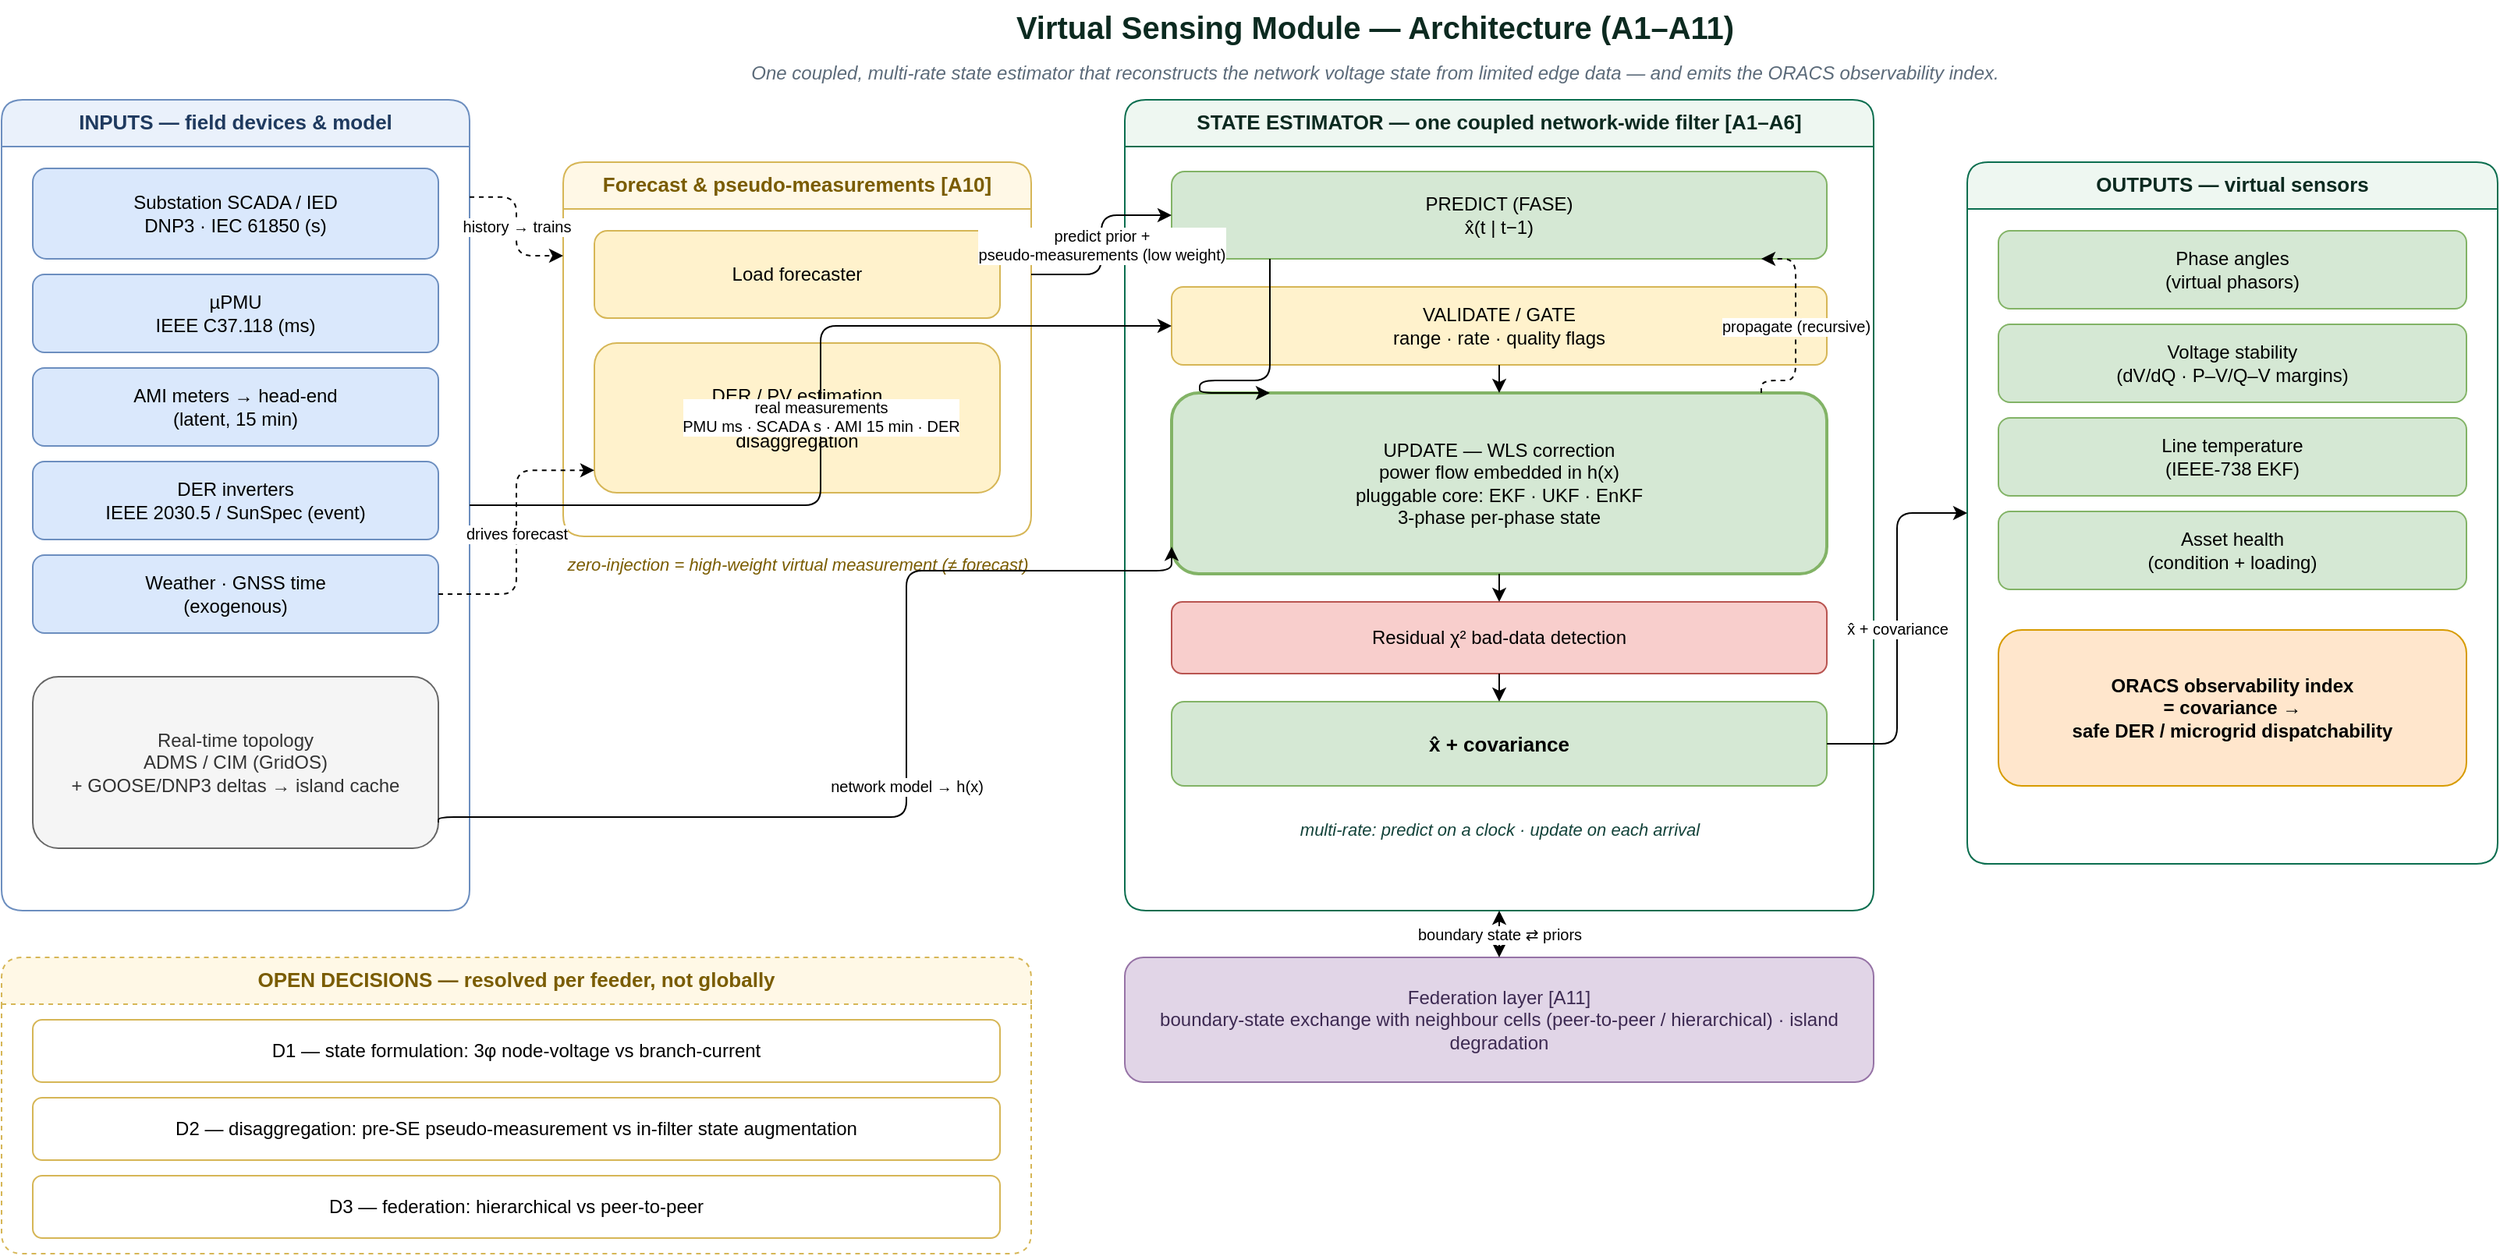
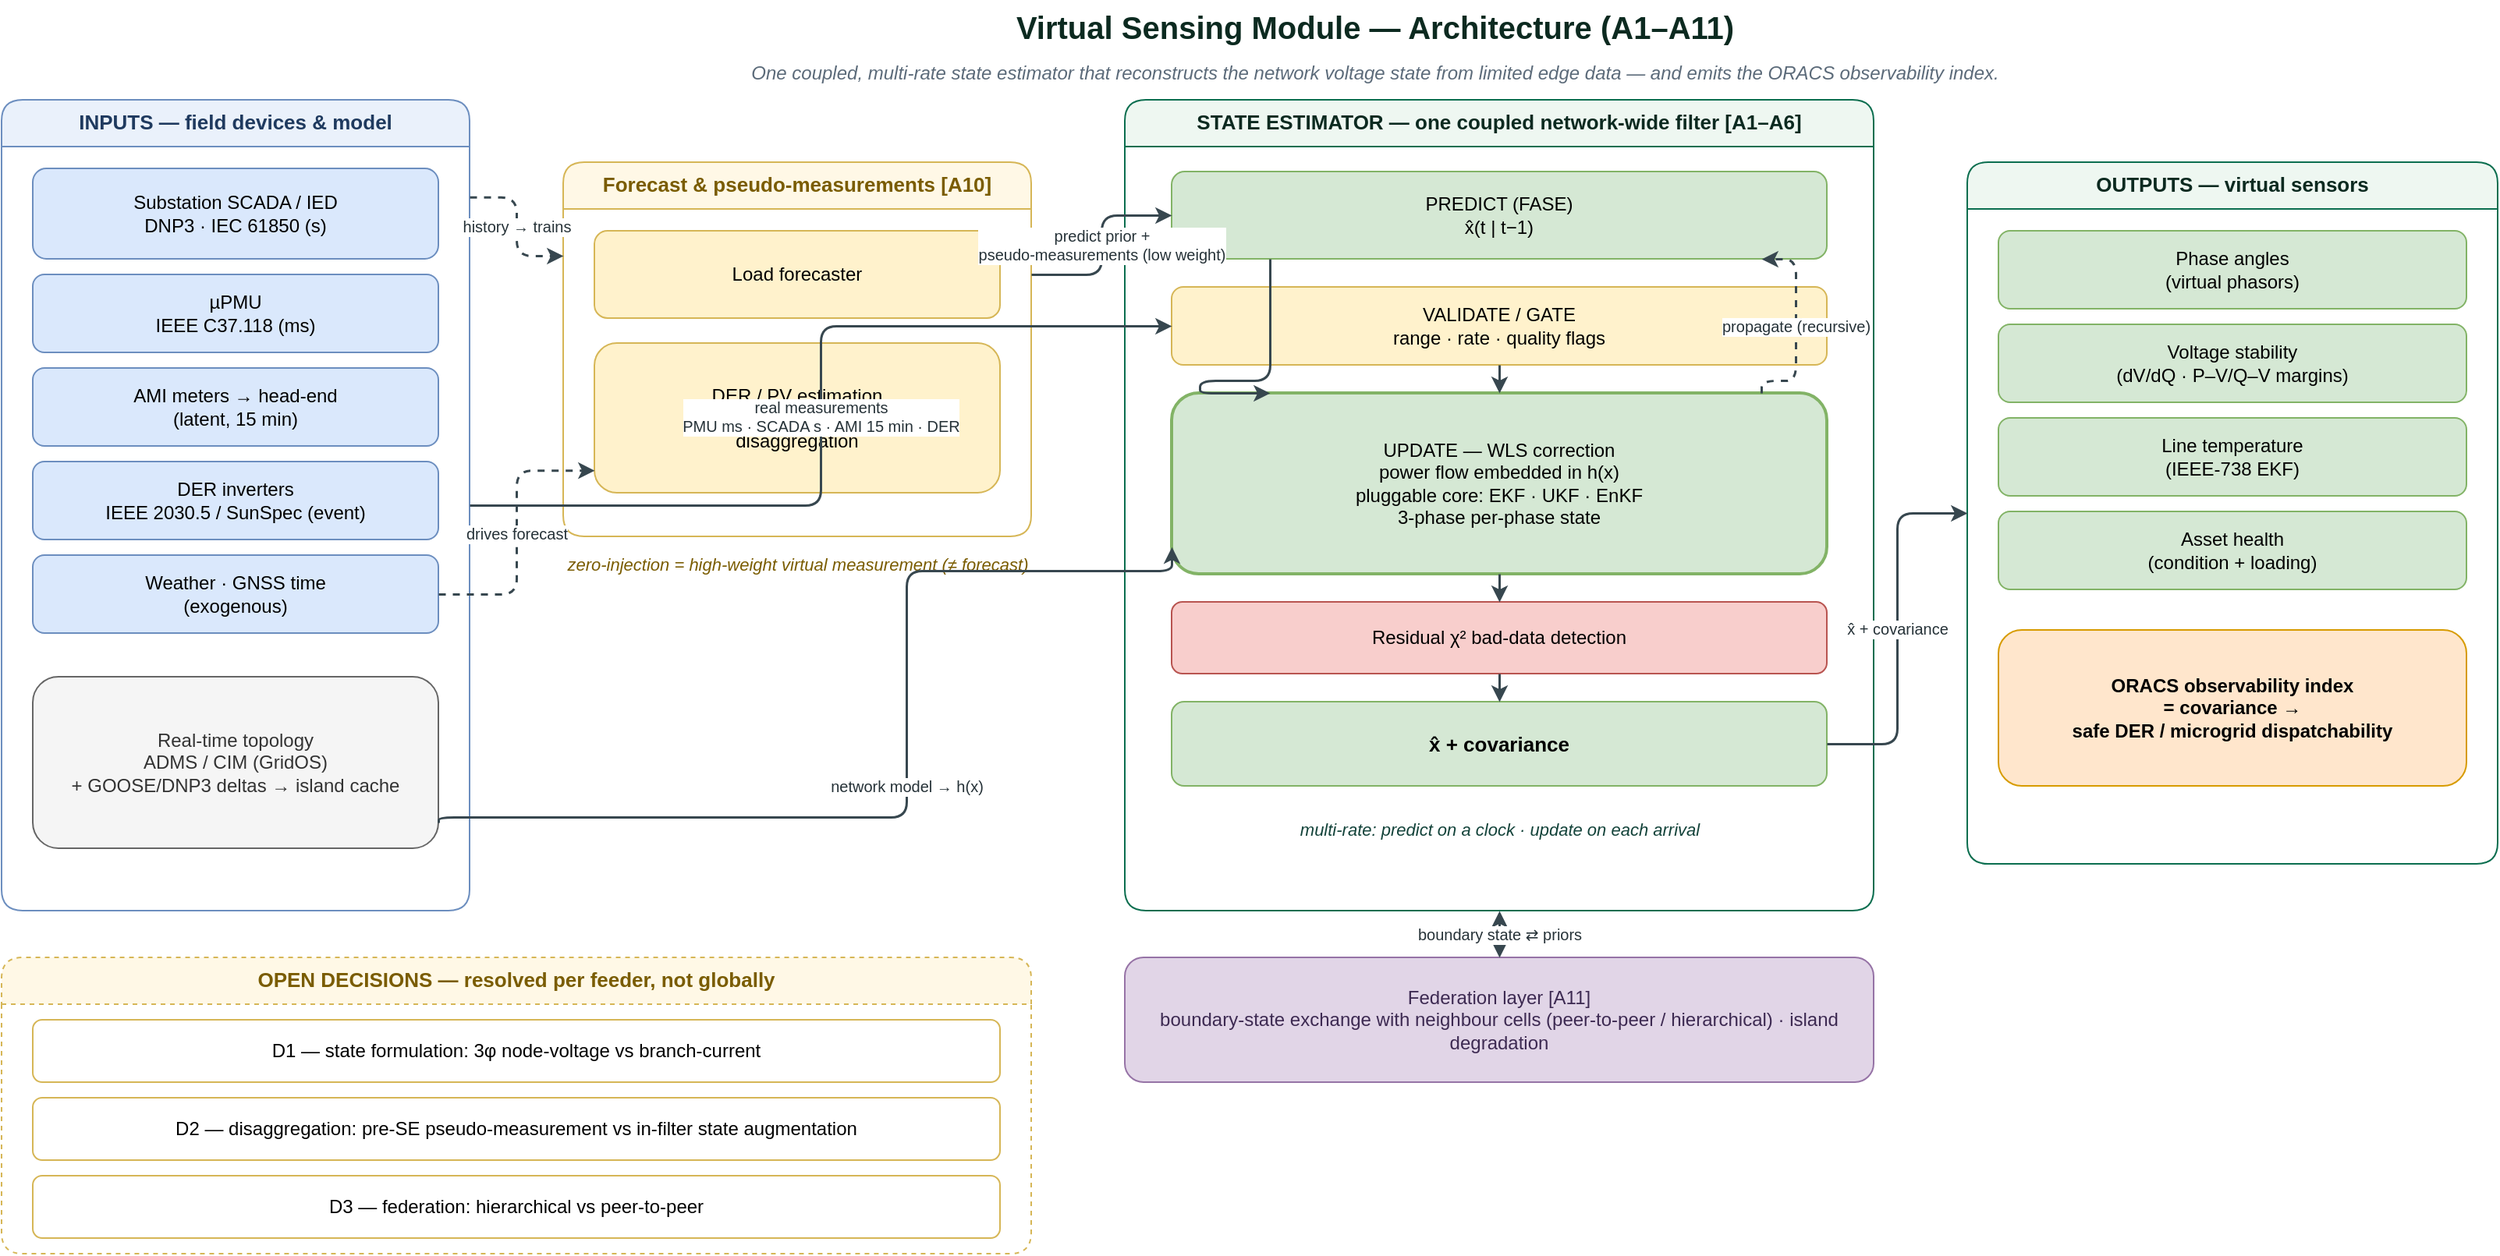
<?xml version="1.0" encoding="UTF-8"?>
<mxfile host="drawio" version="30.0.4">
  <diagram name="Virtual-Sensing-Module">
    <mxGraphModel dx="1400" dy="900" grid="1" gridSize="10" guides="1" tooltips="1" connect="1" arrows="1" fold="1" page="1" pageScale="1" pageWidth="1700" pageHeight="850" math="0" shadow="0">
      <root>
        <mxCell id="0" />
        <mxCell id="1" parent="0" />

        <mxCell id="title" value="Virtual Sensing Module — Architecture  (A1–A11)" style="text;html=1;align=center;verticalAlign=middle;fontSize=20;fontStyle=1;fontColor=#0c2a20;" vertex="1" parent="1">
          <mxGeometry x="600" y="16" width="640" height="34" as="geometry" />
        </mxCell>
        <mxCell id="subtitle" value="One coupled, multi-rate state estimator that reconstructs the network voltage state from limited edge data — and emits the ORACS observability index." style="text;html=1;align=center;verticalAlign=middle;fontSize=12;fontStyle=2;fontColor=#5c6b7a;" vertex="1" parent="1">
          <mxGeometry x="430" y="52" width="980" height="22" as="geometry" />
        </mxCell>

        <mxCell id="ga" value="INPUTS — field devices &amp; model" style="swimlane;startSize=30;html=1;whiteSpace=wrap;rounded=1;fillColor=#eaf1fb;strokeColor=#6c8ebf;fontStyle=1;fontSize=13;verticalAlign=top;fontColor=#1f3a5f;" vertex="1" parent="1">
          <mxGeometry x="40" y="80" width="300" height="520" as="geometry" />
        </mxCell>
        <mxCell id="a1" value="Substation SCADA / IED&#xa;DNP3 · IEC 61850  (s)" style="rounded=1;whiteSpace=wrap;html=1;fillColor=#dae8fc;strokeColor=#6c8ebf;fontSize=12;" vertex="1" parent="ga">
          <mxGeometry x="20" y="44" width="260" height="58" as="geometry" />
        </mxCell>
        <mxCell id="a2" value="µPMU&#xa;IEEE C37.118  (ms)" style="rounded=1;whiteSpace=wrap;html=1;fillColor=#dae8fc;strokeColor=#6c8ebf;fontSize=12;" vertex="1" parent="ga">
          <mxGeometry x="20" y="112" width="260" height="50" as="geometry" />
        </mxCell>
        <mxCell id="a3" value="AMI meters → head-end&#xa;(latent, 15 min)" style="rounded=1;whiteSpace=wrap;html=1;fillColor=#dae8fc;strokeColor=#6c8ebf;fontSize=12;" vertex="1" parent="ga">
          <mxGeometry x="20" y="172" width="260" height="50" as="geometry" />
        </mxCell>
        <mxCell id="a4" value="DER inverters&#xa;IEEE 2030.5 / SunSpec  (event)" style="rounded=1;whiteSpace=wrap;html=1;fillColor=#dae8fc;strokeColor=#6c8ebf;fontSize=12;" vertex="1" parent="ga">
          <mxGeometry x="20" y="232" width="260" height="50" as="geometry" />
        </mxCell>
        <mxCell id="a5" value="Weather · GNSS time&#xa;(exogenous)" style="rounded=1;whiteSpace=wrap;html=1;fillColor=#dae8fc;strokeColor=#6c8ebf;fontSize=12;" vertex="1" parent="ga">
          <mxGeometry x="20" y="292" width="260" height="50" as="geometry" />
        </mxCell>
        <mxCell id="a6" value="Real-time topology&#xa;ADMS / CIM (GridOS)&#xa;+ GOOSE/DNP3 deltas → island cache" style="rounded=1;whiteSpace=wrap;html=1;fillColor=#f5f5f5;strokeColor=#666666;fontColor=#333333;fontSize=12;" vertex="1" parent="ga">
          <mxGeometry x="20" y="370" width="260" height="110" as="geometry" />
        </mxCell>

        <mxCell id="gb" value="Forecast &amp; pseudo-measurements  [A10]" style="swimlane;startSize=30;html=1;whiteSpace=wrap;rounded=1;fillColor=#fff8e6;strokeColor=#d6b656;fontStyle=1;fontSize=13;verticalAlign=top;fontColor=#7a5c00;" vertex="1" parent="1">
          <mxGeometry x="400" y="120" width="300" height="240" as="geometry" />
        </mxCell>
        <mxCell id="b1" value="Load forecaster" style="rounded=1;whiteSpace=wrap;html=1;fillColor=#fff2cc;strokeColor=#d6b656;fontSize=12;" vertex="1" parent="gb">
          <mxGeometry x="20" y="44" width="260" height="56" as="geometry" />
        </mxCell>
        <mxCell id="b2" value="DER / PV estimation&#xa;forecast  +  behind-meter&#xa;disaggregation" style="rounded=1;whiteSpace=wrap;html=1;fillColor=#fff2cc;strokeColor=#d6b656;fontSize=12;" vertex="1" parent="gb">
          <mxGeometry x="20" y="116" width="260" height="96" as="geometry" />
        </mxCell>

        <mxCell id="tn1" value="zero-injection = high-weight virtual measurement  (≠ forecast)" style="text;html=1;align=center;verticalAlign=middle;fontSize=11;fontStyle=2;fontColor=#7a5c00;" vertex="1" parent="1">
          <mxGeometry x="400" y="366" width="300" height="24" as="geometry" />
        </mxCell>

        <mxCell id="gc" value="STATE ESTIMATOR — one coupled network-wide filter  [A1–A6]" style="swimlane;startSize=30;html=1;whiteSpace=wrap;rounded=1;fillColor=#eef7f1;strokeColor=#0b6e4f;fontStyle=1;fontSize=13;verticalAlign=top;fontColor=#0c2a20;" vertex="1" parent="1">
          <mxGeometry x="760" y="80" width="480" height="520" as="geometry" />
        </mxCell>
        <mxCell id="c1" value="PREDICT  (FASE)&#xa;x̂(t | t−1)" style="rounded=1;whiteSpace=wrap;html=1;fillColor=#d5e8d4;strokeColor=#82b366;fontSize=12;" vertex="1" parent="gc">
          <mxGeometry x="30" y="46" width="420" height="56" as="geometry" />
        </mxCell>
        <mxCell id="c2" value="VALIDATE / GATE&#xa;range · rate · quality flags" style="rounded=1;whiteSpace=wrap;html=1;fillColor=#fff2cc;strokeColor=#d6b656;fontSize=12;" vertex="1" parent="gc">
          <mxGeometry x="30" y="120" width="420" height="50" as="geometry" />
        </mxCell>
        <mxCell id="c3" value="UPDATE — WLS correction&#xa;power flow embedded in h(x)&#xa;pluggable core:  EKF · UKF · EnKF&#xa;3-phase per-phase state" style="rounded=1;whiteSpace=wrap;html=1;fillColor=#d5e8d4;strokeColor=#82b366;strokeWidth=2;fontSize=12;" vertex="1" parent="gc">
          <mxGeometry x="30" y="188" width="420" height="116" as="geometry" />
        </mxCell>
        <mxCell id="c4" value="Residual χ² bad-data detection" style="rounded=1;whiteSpace=wrap;html=1;fillColor=#f8cecc;strokeColor=#b85450;fontSize=12;" vertex="1" parent="gc">
          <mxGeometry x="30" y="322" width="420" height="46" as="geometry" />
        </mxCell>
        <mxCell id="c5" value="x̂   +   covariance" style="rounded=1;whiteSpace=wrap;html=1;fillColor=#d5e8d4;strokeColor=#82b366;fontStyle=1;fontSize=13;" vertex="1" parent="gc">
          <mxGeometry x="30" y="386" width="420" height="54" as="geometry" />
        </mxCell>
        <mxCell id="c6" value="multi-rate: predict on a clock · update on each arrival" style="text;html=1;align=center;verticalAlign=middle;fontSize=11;fontStyle=2;fontColor=#13433a;" vertex="1" parent="gc">
          <mxGeometry x="30" y="456" width="420" height="24" as="geometry" />
        </mxCell>

        <mxCell id="ge" value="OUTPUTS — virtual sensors" style="swimlane;startSize=30;html=1;whiteSpace=wrap;rounded=1;fillColor=#eef7f1;strokeColor=#0b6e4f;fontStyle=1;fontSize=13;verticalAlign=top;fontColor=#0c2a20;" vertex="1" parent="1">
          <mxGeometry x="1300" y="120" width="340" height="450" as="geometry" />
        </mxCell>
        <mxCell id="e1" value="Phase angles&#xa;(virtual phasors)" style="rounded=1;whiteSpace=wrap;html=1;fillColor=#d5e8d4;strokeColor=#82b366;fontSize=12;" vertex="1" parent="ge">
          <mxGeometry x="20" y="44" width="300" height="50" as="geometry" />
        </mxCell>
        <mxCell id="e2" value="Voltage stability&#xa;(dV/dQ · P–V/Q–V margins)" style="rounded=1;whiteSpace=wrap;html=1;fillColor=#d5e8d4;strokeColor=#82b366;fontSize=12;" vertex="1" parent="ge">
          <mxGeometry x="20" y="104" width="300" height="50" as="geometry" />
        </mxCell>
        <mxCell id="e3" value="Line temperature&#xa;(IEEE-738 EKF)" style="rounded=1;whiteSpace=wrap;html=1;fillColor=#d5e8d4;strokeColor=#82b366;fontSize=12;" vertex="1" parent="ge">
          <mxGeometry x="20" y="164" width="300" height="50" as="geometry" />
        </mxCell>
        <mxCell id="e4" value="Asset health&#xa;(condition + loading)" style="rounded=1;whiteSpace=wrap;html=1;fillColor=#d5e8d4;strokeColor=#82b366;fontSize=12;" vertex="1" parent="ge">
          <mxGeometry x="20" y="224" width="300" height="50" as="geometry" />
        </mxCell>
        <mxCell id="e5" value="ORACS observability index&#xa;= covariance  →&#xa;safe DER / microgrid dispatchability" style="rounded=1;whiteSpace=wrap;html=1;fillColor=#ffe6cc;strokeColor=#d79b00;fontStyle=1;fontSize=12;" vertex="1" parent="ge">
          <mxGeometry x="20" y="300" width="300" height="100" as="geometry" />
        </mxCell>

        <mxCell id="gf" value="Federation layer  [A11]&#xa;boundary-state exchange with neighbour cells (peer-to-peer / hierarchical) · island degradation" style="rounded=1;whiteSpace=wrap;html=1;fillColor=#e1d5e7;strokeColor=#9673a6;fontSize=12;fontColor=#3d2a52;" vertex="1" parent="1">
          <mxGeometry x="760" y="630" width="480" height="80" as="geometry" />
        </mxCell>

        <mxCell id="gg" value="OPEN DECISIONS — resolved per feeder, not globally" style="swimlane;startSize=30;html=1;whiteSpace=wrap;rounded=1;dashed=1;fillColor=#fff8e6;strokeColor=#d6b656;fontStyle=1;fontSize=13;verticalAlign=top;fontColor=#7a5c00;" vertex="1" parent="1">
          <mxGeometry x="40" y="630" width="660" height="190" as="geometry" />
        </mxCell>
        <mxCell id="g1" value="D1 — state formulation:   3φ node-voltage   vs   branch-current" style="rounded=1;whiteSpace=wrap;html=1;fillColor=#ffffff;strokeColor=#d6b656;fontSize=12;" vertex="1" parent="gg">
          <mxGeometry x="20" y="40" width="620" height="40" as="geometry" />
        </mxCell>
        <mxCell id="g2" value="D2 — disaggregation:   pre-SE pseudo-measurement   vs   in-filter state augmentation" style="rounded=1;whiteSpace=wrap;html=1;fillColor=#ffffff;strokeColor=#d6b656;fontSize=12;" vertex="1" parent="gg">
          <mxGeometry x="20" y="90" width="620" height="40" as="geometry" />
        </mxCell>
        <mxCell id="g3" value="D3 — federation:   hierarchical   vs   peer-to-peer" style="rounded=1;whiteSpace=wrap;html=1;fillColor=#ffffff;strokeColor=#d6b656;fontSize=12;" vertex="1" parent="gg">
          <mxGeometry x="20" y="140" width="620" height="40" as="geometry" />
        </mxCell>

-         <mxCell id="ed1" value="real measurements&#xa;PMU ms · SCADA s · AMI 15 min · DER" style="edgeStyle=orthogonalEdgeStyle;rounded=1;orthogonalLoop=1;jettySize=auto;html=1;fontSize=10;exitX=1;exitY=0.5;exitDx=0;exitDy=0;entryX=0;entryY=0.5;entryDx=0;entryDy=0;" edge="1" parent="1" source="ga" target="c2">
+         <mxCell id="ed1" value="real measurements&#xa;PMU ms · SCADA s · AMI 15 min · DER" style="edgeStyle=orthogonalEdgeStyle;rounded=1;orthogonalLoop=1;jettySize=auto;html=1;strokeColor=#37474f;fontColor=#263238;labelBackgroundColor=#ffffff;strokeWidth=1.5;fontSize=10;exitX=1;exitY=0.5;exitDx=0;exitDy=0;entryX=0;entryY=0.5;entryDx=0;entryDy=0;" edge="1" parent="1" source="ga" target="c2">
          <mxGeometry relative="1" as="geometry" />
        </mxCell>
-         <mxCell id="ed2" value="network model → h(x)" style="edgeStyle=orthogonalEdgeStyle;rounded=1;orthogonalLoop=1;jettySize=auto;html=1;fontSize=10;exitX=1;exitY=0.85;exitDx=0;exitDy=0;entryX=0;entryY=0.85;entryDx=0;entryDy=0;" edge="1" parent="1" source="a6" target="c3">
+         <mxCell id="ed2" value="network model → h(x)" style="edgeStyle=orthogonalEdgeStyle;rounded=1;orthogonalLoop=1;jettySize=auto;html=1;strokeColor=#37474f;fontColor=#263238;labelBackgroundColor=#ffffff;strokeWidth=1.5;fontSize=10;exitX=1;exitY=0.85;exitDx=0;exitDy=0;entryX=0;entryY=0.85;entryDx=0;entryDy=0;" edge="1" parent="1" source="a6" target="c3">
          <mxGeometry relative="1" as="geometry">
            <Array as="points">
              <mxPoint x="620" y="540" />
              <mxPoint x="620" y="382" />
            </Array>
          </mxGeometry>
        </mxCell>
-         <mxCell id="ed3" value="drives forecast" style="edgeStyle=orthogonalEdgeStyle;rounded=1;orthogonalLoop=1;jettySize=auto;html=1;dashed=1;fontSize=10;exitX=1;exitY=0.5;exitDx=0;exitDy=0;entryX=0;entryY=0.85;entryDx=0;entryDy=0;" edge="1" parent="1" source="a5" target="b2">
+         <mxCell id="ed3" value="drives forecast" style="edgeStyle=orthogonalEdgeStyle;rounded=1;orthogonalLoop=1;jettySize=auto;html=1;strokeColor=#37474f;fontColor=#263238;labelBackgroundColor=#ffffff;strokeWidth=1.5;dashed=1;fontSize=10;exitX=1;exitY=0.5;exitDx=0;exitDy=0;entryX=0;entryY=0.85;entryDx=0;entryDy=0;" edge="1" parent="1" source="a5" target="b2">
          <mxGeometry relative="1" as="geometry" />
        </mxCell>
-         <mxCell id="ed4" value="history → trains" style="edgeStyle=orthogonalEdgeStyle;rounded=1;orthogonalLoop=1;jettySize=auto;html=1;dashed=1;fontSize=10;exitX=1;exitY=0.12;exitDx=0;exitDy=0;entryX=0;entryY=0.25;entryDx=0;entryDy=0;" edge="1" parent="1" source="ga" target="gb">
+         <mxCell id="ed4" value="history → trains" style="edgeStyle=orthogonalEdgeStyle;rounded=1;orthogonalLoop=1;jettySize=auto;html=1;strokeColor=#37474f;fontColor=#263238;labelBackgroundColor=#ffffff;strokeWidth=1.5;dashed=1;fontSize=10;exitX=1;exitY=0.12;exitDx=0;exitDy=0;entryX=0;entryY=0.25;entryDx=0;entryDy=0;" edge="1" parent="1" source="ga" target="gb">
          <mxGeometry relative="1" as="geometry" />
        </mxCell>
-         <mxCell id="ed5" value="predict prior +&#xa;pseudo-measurements (low weight)" style="edgeStyle=orthogonalEdgeStyle;rounded=1;orthogonalLoop=1;jettySize=auto;html=1;fontSize=10;exitX=1;exitY=0.3;exitDx=0;exitDy=0;entryX=0;entryY=0.5;entryDx=0;entryDy=0;" edge="1" parent="1" source="gb" target="c1">
+         <mxCell id="ed5" value="predict prior +&#xa;pseudo-measurements (low weight)" style="edgeStyle=orthogonalEdgeStyle;rounded=1;orthogonalLoop=1;jettySize=auto;html=1;strokeColor=#37474f;fontColor=#263238;labelBackgroundColor=#ffffff;strokeWidth=1.5;fontSize=10;exitX=1;exitY=0.3;exitDx=0;exitDy=0;entryX=0;entryY=0.5;entryDx=0;entryDy=0;" edge="1" parent="1" source="gb" target="c1">
          <mxGeometry relative="1" as="geometry" />
        </mxCell>
-         <mxCell id="ed6" value="" style="edgeStyle=orthogonalEdgeStyle;rounded=1;orthogonalLoop=1;jettySize=auto;html=1;exitX=0.15;exitY=1;exitDx=0;exitDy=0;entryX=0.15;entryY=0;entryDx=0;entryDy=0;" edge="1" parent="gc" source="c1" target="c3">
+         <mxCell id="ed6" value="" style="edgeStyle=orthogonalEdgeStyle;rounded=1;orthogonalLoop=1;jettySize=auto;html=1;strokeColor=#37474f;fontColor=#263238;labelBackgroundColor=#ffffff;strokeWidth=1.5;exitX=0.15;exitY=1;exitDx=0;exitDy=0;entryX=0.15;entryY=0;entryDx=0;entryDy=0;" edge="1" parent="gc" source="c1" target="c3">
          <mxGeometry relative="1" as="geometry">
            <Array as="points">
              <mxPoint x="48" y="180" />
            </Array>
          </mxGeometry>
        </mxCell>
-         <mxCell id="ed7" value="" style="edgeStyle=orthogonalEdgeStyle;rounded=1;orthogonalLoop=1;jettySize=auto;html=1;exitX=0.5;exitY=1;exitDx=0;exitDy=0;entryX=0.5;entryY=0;entryDx=0;entryDy=0;" edge="1" parent="gc" source="c2" target="c3">
+         <mxCell id="ed7" value="" style="edgeStyle=orthogonalEdgeStyle;rounded=1;orthogonalLoop=1;jettySize=auto;html=1;strokeColor=#37474f;fontColor=#263238;labelBackgroundColor=#ffffff;strokeWidth=1.5;exitX=0.5;exitY=1;exitDx=0;exitDy=0;entryX=0.5;entryY=0;entryDx=0;entryDy=0;" edge="1" parent="gc" source="c2" target="c3">
          <mxGeometry relative="1" as="geometry" />
        </mxCell>
-         <mxCell id="ed8" value="" style="edgeStyle=orthogonalEdgeStyle;rounded=1;orthogonalLoop=1;jettySize=auto;html=1;exitX=0.5;exitY=1;exitDx=0;exitDy=0;entryX=0.5;entryY=0;entryDx=0;entryDy=0;" edge="1" parent="gc" source="c3" target="c4">
+         <mxCell id="ed8" value="" style="edgeStyle=orthogonalEdgeStyle;rounded=1;orthogonalLoop=1;jettySize=auto;html=1;strokeColor=#37474f;fontColor=#263238;labelBackgroundColor=#ffffff;strokeWidth=1.5;exitX=0.5;exitY=1;exitDx=0;exitDy=0;entryX=0.5;entryY=0;entryDx=0;entryDy=0;" edge="1" parent="gc" source="c3" target="c4">
          <mxGeometry relative="1" as="geometry" />
        </mxCell>
-         <mxCell id="ed9" value="" style="edgeStyle=orthogonalEdgeStyle;rounded=1;orthogonalLoop=1;jettySize=auto;html=1;exitX=0.5;exitY=1;exitDx=0;exitDy=0;entryX=0.5;entryY=0;entryDx=0;entryDy=0;" edge="1" parent="gc" source="c4" target="c5">
+         <mxCell id="ed9" value="" style="edgeStyle=orthogonalEdgeStyle;rounded=1;orthogonalLoop=1;jettySize=auto;html=1;strokeColor=#37474f;fontColor=#263238;labelBackgroundColor=#ffffff;strokeWidth=1.5;exitX=0.5;exitY=1;exitDx=0;exitDy=0;entryX=0.5;entryY=0;entryDx=0;entryDy=0;" edge="1" parent="gc" source="c4" target="c5">
          <mxGeometry relative="1" as="geometry" />
        </mxCell>
-         <mxCell id="ed10" value="propagate (recursive)" style="edgeStyle=orthogonalEdgeStyle;rounded=1;orthogonalLoop=1;jettySize=auto;html=1;dashed=1;fontSize=10;exitX=0.9;exitY=0;exitDx=0;exitDy=0;entryX=0.9;entryY=1;entryDx=0;entryDy=0;" edge="1" parent="gc" source="c3" target="c1">
+         <mxCell id="ed10" value="propagate (recursive)" style="edgeStyle=orthogonalEdgeStyle;rounded=1;orthogonalLoop=1;jettySize=auto;html=1;strokeColor=#37474f;fontColor=#263238;labelBackgroundColor=#ffffff;strokeWidth=1.5;dashed=1;fontSize=10;exitX=0.9;exitY=0;exitDx=0;exitDy=0;entryX=0.9;entryY=1;entryDx=0;entryDy=0;" edge="1" parent="gc" source="c3" target="c1">
          <mxGeometry relative="1" as="geometry">
            <Array as="points">
              <mxPoint x="430" y="180" />
            </Array>
          </mxGeometry>
        </mxCell>
-         <mxCell id="ed11" value="x̂ + covariance" style="edgeStyle=orthogonalEdgeStyle;rounded=1;orthogonalLoop=1;jettySize=auto;html=1;fontSize=10;exitX=1;exitY=0.5;exitDx=0;exitDy=0;entryX=0;entryY=0.5;entryDx=0;entryDy=0;" edge="1" parent="1" source="c5" target="ge">
+         <mxCell id="ed11" value="x̂ + covariance" style="edgeStyle=orthogonalEdgeStyle;rounded=1;orthogonalLoop=1;jettySize=auto;html=1;strokeColor=#37474f;fontColor=#263238;labelBackgroundColor=#ffffff;strokeWidth=1.5;fontSize=10;exitX=1;exitY=0.5;exitDx=0;exitDy=0;entryX=0;entryY=0.5;entryDx=0;entryDy=0;" edge="1" parent="1" source="c5" target="ge">
          <mxGeometry relative="1" as="geometry" />
        </mxCell>
-         <mxCell id="ed12" value="boundary state ⇄ priors" style="edgeStyle=orthogonalEdgeStyle;rounded=1;orthogonalLoop=1;jettySize=auto;html=1;fontSize=10;startArrow=classic;startFill=1;exitX=0.5;exitY=1;exitDx=0;exitDy=0;entryX=0.5;entryY=0;entryDx=0;entryDy=0;" edge="1" parent="1" source="gc" target="gf">
+         <mxCell id="ed12" value="boundary state ⇄ priors" style="edgeStyle=orthogonalEdgeStyle;rounded=1;orthogonalLoop=1;jettySize=auto;html=1;strokeColor=#37474f;fontColor=#263238;labelBackgroundColor=#ffffff;strokeWidth=1.5;fontSize=10;startArrow=classic;startFill=1;exitX=0.5;exitY=1;exitDx=0;exitDy=0;entryX=0.5;entryY=0;entryDx=0;entryDy=0;" edge="1" parent="1" source="gc" target="gf">
          <mxGeometry relative="1" as="geometry" />
        </mxCell>
      </root>
    </mxGraphModel>
  </diagram>
</mxfile>
